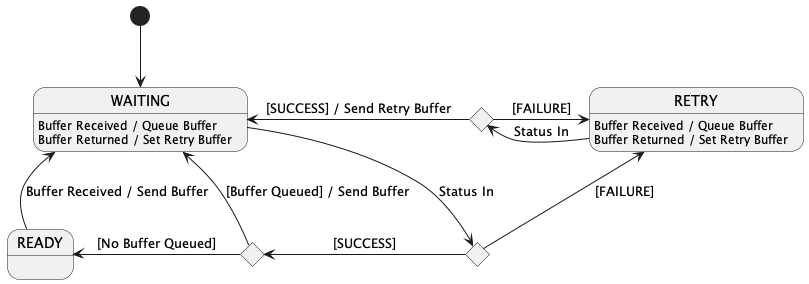
Above: Svc/ComQueue/docs/img/state-machine.png in nasa/fprime (PlantUML), before the change. The source it was exported from:
```plantuml
@startuml
state status_check <<choice>>
state retry_status_check <<choice>>
state queue_check <<choice>>

state WAITING: Buffer Received / Queue Buffer\nBuffer Returned / Set Retry Buffer
state RETRY: Buffer Received / Queue Buffer\nBuffer Returned / Set Retry Buffer

[*] -down-> WAITING
WAITING -down-> status_check: Status In
RETRY -left-> retry_status_check: Status In

retry_status_check -left-> WAITING: [SUCCESS] / Send Retry Buffer
retry_status_check -right-> RETRY: [FAILURE]


status_check -left-> queue_check: [SUCCESS]
status_check -up-> RETRY: [FAILURE]

queue_check -up-> WAITING: [Buffer Queued] / Send Buffer
queue_check -left-> READY: [No Buffer Queued]
READY -up-> WAITING: Buffer Received / Send Buffer

@enduml
```
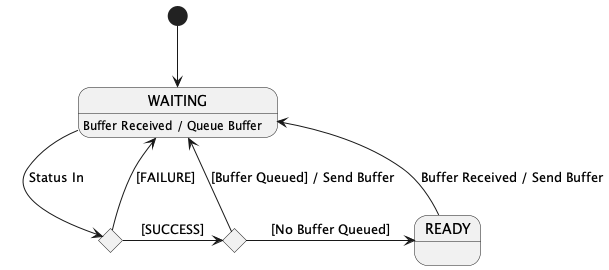
After the commit.

Commit message:
lestarch: removing retries from com queue

What changed in the source:
```diff
@@ -1,24 +1,15 @@
 @startuml
 state status_check <<choice>>
-state retry_status_check <<choice>>
 state queue_check <<choice>>
 
-state WAITING: Buffer Received / Queue Buffer\nBuffer Returned / Set Retry Buffer
-state RETRY: Buffer Received / Queue Buffer\nBuffer Returned / Set Retry Buffer
+state WAITING: Buffer Received / Queue Buffer
 
 [*] -down-> WAITING
 WAITING -down-> status_check: Status In
-RETRY -left-> retry_status_check: Status In
-
-retry_status_check -left-> WAITING: [SUCCESS] / Send Retry Buffer
-retry_status_check -right-> RETRY: [FAILURE]
-
-
-status_check -left-> queue_check: [SUCCESS]
-status_check -up-> RETRY: [FAILURE]
+status_check -right-> queue_check: [SUCCESS]
+status_check -up-> WAITING: [FAILURE]
 
 queue_check -up-> WAITING: [Buffer Queued] / Send Buffer
-queue_check -left-> READY: [No Buffer Queued]
+queue_check -right-> READY: [No Buffer Queued]
 READY -up-> WAITING: Buffer Received / Send Buffer
-
 @enduml
```
